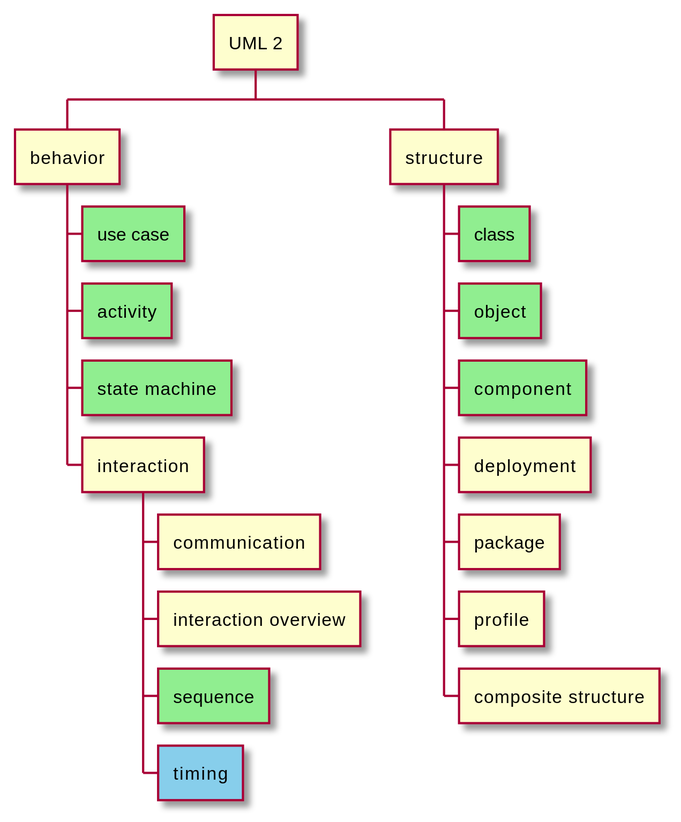
Above: lectures/figures/uml/diagrams.svg in pintergreg/software-engineering (PlantUML), before the change.
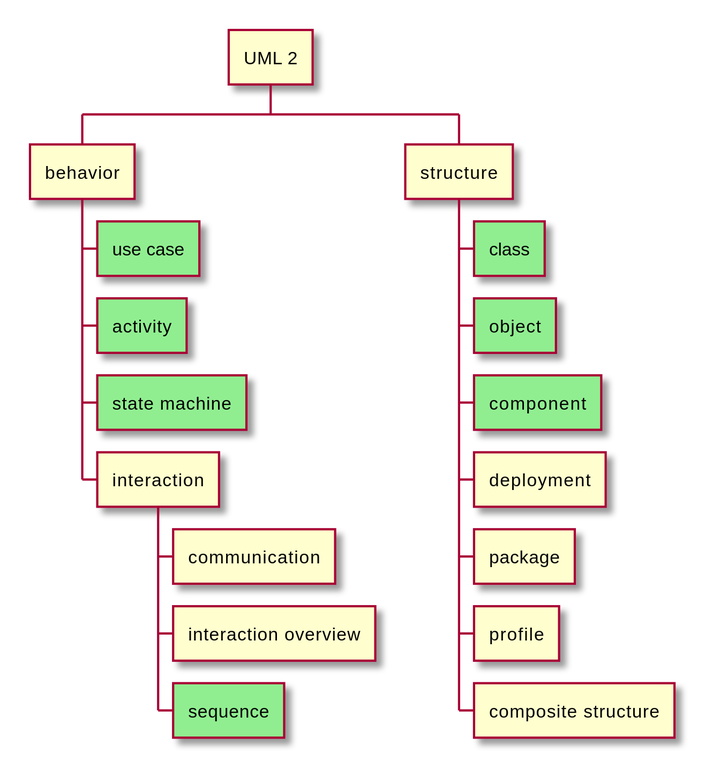
The same file after the commit.

Commit message:
Hide timing diagram GH-71

Diff of the diagram source:
```diff
@@ -11,7 +11,6 @@
 ++++ communication
 ++++ interaction overview
 ++++[#LightGreen] sequence
-++++[#SkyBlue] timing
 ++ structure
 +++[#LightGreen] class
 +++[#LightGreen] object
```
